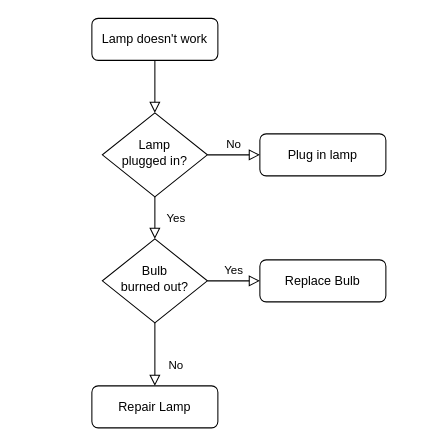
Before: draw/Virtual integration.drawio in befairyliu/draw.io, a draw.io diagram. Source tidied: cells renumbered, new cells numbered last; positions are measured from the earlier drawing's top-left corner, leaving out a move shared by most shapes. Both pictures are drawn from the tidied source at 105%, with x=0, y=0 at pixel (91, 18).
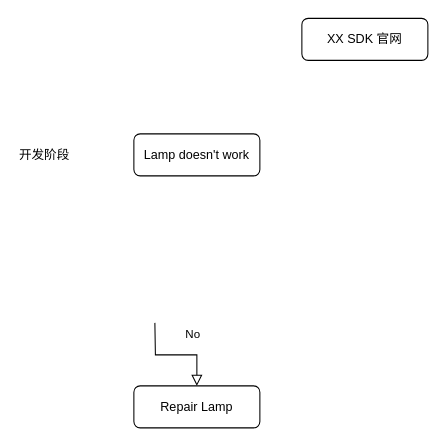
Above is the later version.

Diff of the diagram source:
```diff
@@
 <mxGraphModel>
   <root>
     <mxCell id="0" />
     <mxCell id="1" parent="0" />
-    <mxCell id="2" style="rounded=0;html=1;jettySize=auto;fontSize=11;endArrow=block;endFill=0;endSize=8;strokeWidth=1;shadow=0;labelBackgroundColor=none;edgeStyle=orthogonalEdgeStyle;" parent="1" edge="1" source="3" target="6">
-      <mxGeometry relative="1" as="geometry" />
-    </mxCell>
     <mxCell id="3" value="Lamp doesn't work" style="rounded=1;whiteSpace=wrap;html=1;fontSize=12;glass=0;strokeWidth=1;shadow=0;" parent="1" vertex="1">
-      <mxGeometry width="120" height="40" as="geometry" />
+      <mxGeometry x="40" y="110" width="120" height="40" as="geometry" />
     </mxCell>
-    <mxCell id="4" value="Yes" style="rounded=0;html=1;jettySize=auto;fontSize=11;endArrow=block;endFill=0;endSize=8;strokeWidth=1;shadow=0;labelBackgroundColor=none;edgeStyle=orthogonalEdgeStyle;" parent="1" edge="1" source="6" target="10">
-      <mxGeometry y="20" relative="1" as="geometry" />
-    </mxCell>
-    <mxCell id="5" value="No" style="edgeStyle=orthogonalEdgeStyle;rounded=0;html=1;jettySize=auto;fontSize=11;endArrow=block;endFill=0;endSize=8;strokeWidth=1;shadow=0;labelBackgroundColor=none;" parent="1" edge="1" source="6" target="7">
-      <mxGeometry y="10" relative="1" as="geometry" />
-    </mxCell>
-    <mxCell id="6" value="Lamp&lt;br&gt;plugged in?" style="rhombus;whiteSpace=wrap;html=1;shadow=0;fontFamily=Helvetica;fontSize=12;align=center;strokeWidth=1;spacing=6;spacingTop=-4;" parent="1" vertex="1">
-      <mxGeometry x="10" y="90" width="100" height="80" as="geometry" />
-    </mxCell>
-    <mxCell id="7" value="Plug in lamp" style="rounded=1;whiteSpace=wrap;html=1;fontSize=12;glass=0;strokeWidth=1;shadow=0;" parent="1" vertex="1">
-      <mxGeometry x="160" y="110" width="120" height="40" as="geometry" />
-    </mxCell>
-    <mxCell id="8" value="No" style="rounded=0;html=1;jettySize=auto;fontSize=11;endArrow=block;endFill=0;endSize=8;strokeWidth=1;shadow=0;labelBackgroundColor=none;edgeStyle=orthogonalEdgeStyle;" parent="1" edge="1" source="10" target="11">
-      <mxGeometry x="0.33" y="20" relative="1" as="geometry" />
+    <mxCell id="8" value="No" style="rounded=0;html=1;jettySize=auto;fontSize=11;endArrow=block;endFill=0;endSize=8;strokeWidth=1;shadow=0;labelBackgroundColor=none;edgeStyle=orthogonalEdgeStyle;" parent="1" edge="1" target="11">
+      <mxGeometry x="0.33" y="20" relative="1" as="geometry">
+        <mxPoint x="60" y="290" as="sourcePoint" />
+      </mxGeometry>
     </mxCell>
-    <mxCell id="9" value="Yes" style="edgeStyle=orthogonalEdgeStyle;rounded=0;html=1;jettySize=auto;fontSize=11;endArrow=block;endFill=0;endSize=8;strokeWidth=1;shadow=0;labelBackgroundColor=none;" parent="1" edge="1" source="10" target="12">
-      <mxGeometry y="10" relative="1" as="geometry" />
-    </mxCell>
-    <mxCell id="10" value="Bulb&lt;br&gt;burned out?" style="rhombus;whiteSpace=wrap;html=1;shadow=0;fontFamily=Helvetica;fontSize=12;align=center;strokeWidth=1;spacing=6;spacingTop=-4;" parent="1" vertex="1">
-      <mxGeometry x="10" y="210" width="100" height="80" as="geometry" />
-    </mxCell>
     <mxCell id="11" value="Repair Lamp" style="rounded=1;whiteSpace=wrap;html=1;fontSize=12;glass=0;strokeWidth=1;shadow=0;" parent="1" vertex="1">
-      <mxGeometry y="350" width="120" height="40" as="geometry" />
+      <mxGeometry x="40" y="350" width="120" height="40" as="geometry" />
     </mxCell>
-    <mxCell id="12" value="Replace Bulb" style="rounded=1;whiteSpace=wrap;html=1;fontSize=12;glass=0;strokeWidth=1;shadow=0;" parent="1" vertex="1">
-      <mxGeometry x="160" y="230" width="120" height="40" as="geometry" />
-    </mxCell>
+    <mxCell id="13" value="XX SDK 官网" style="rounded=1;whiteSpace=wrap;html=1;fontSize=12;glass=0;strokeWidth=1;shadow=0;" parent="1" vertex="1">
+      <mxGeometry x="200" width="120" height="40" as="geometry" />
+    </mxCell>
+    <mxCell id="14" value="开发阶段" style="text;html=1;strokeColor=none;fillColor=none;align=center;verticalAlign=middle;whiteSpace=wrap;rounded=0;" parent="1" vertex="1">
+      <mxGeometry x="-70" y="120" width="50" height="20" as="geometry" />
+    </mxCell>
   </root>
 </mxGraphModel>
```
